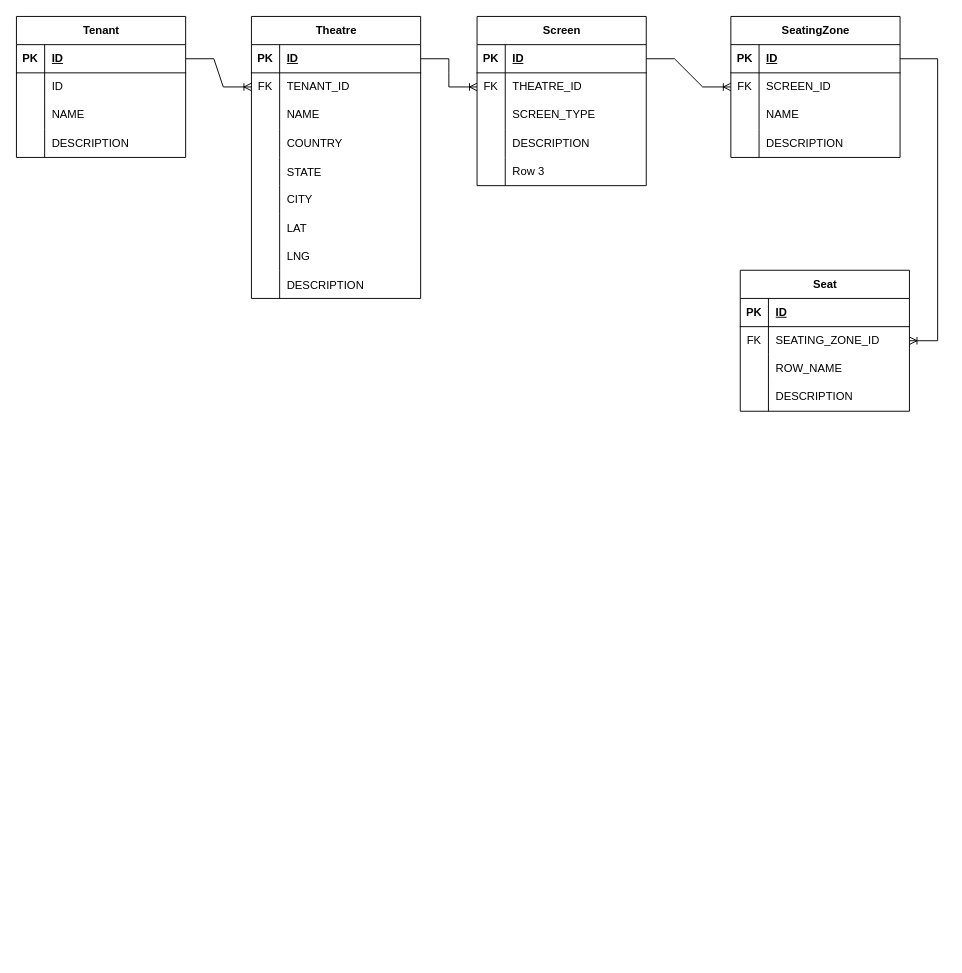
Above: Untitled Diagram.drawio in itzmedinesh/drawings (draw.io), before the change. Source tidied: cells renumbered, new cells numbered last; positions are measured from the earlier drawing's top-left corner, leaving out a move shared by most shapes. Both pictures are drawn from the tidied source at 94%, with x=0, y=0 at pixel (16, 16).
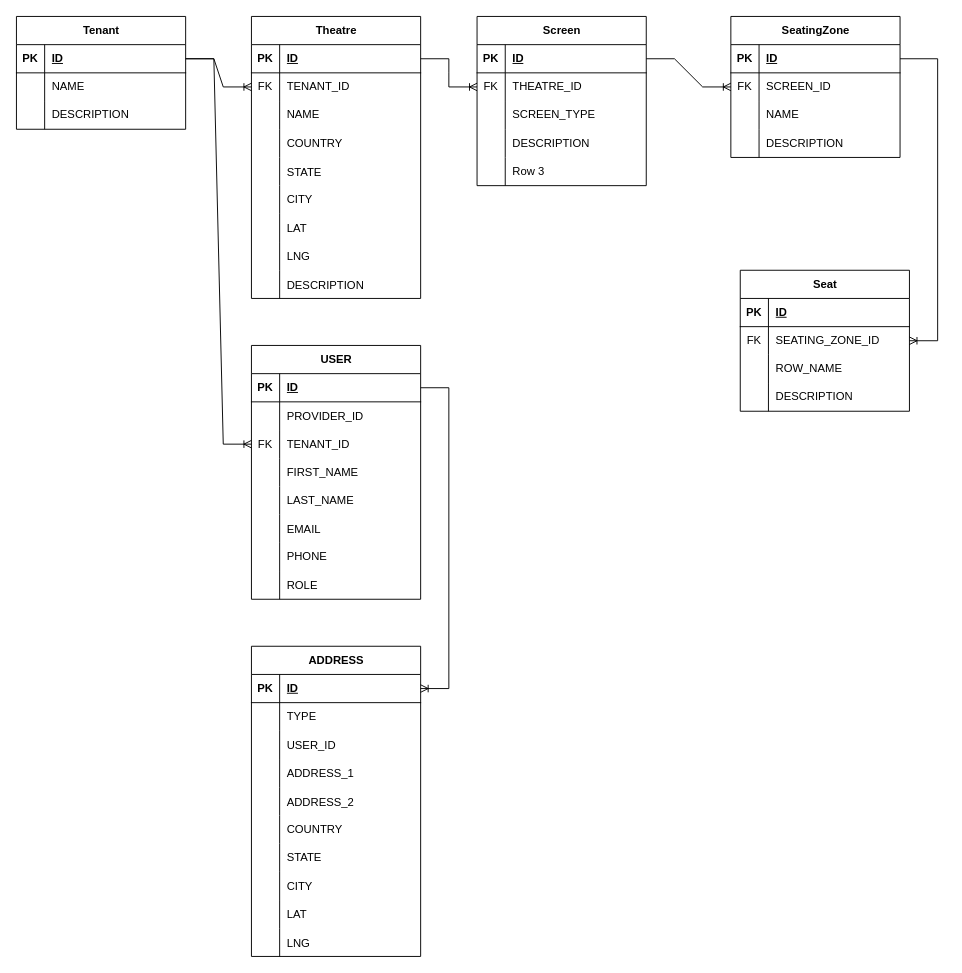
Above is the later version.

Commit message:
Tenant , user and address update

The change refers to these unchanged cells:
```xml
<mxCell id="3" style="shape=tableRow;horizontal=0;startSize=0;swimlaneHead=0;swimlaneBody=0;fillColor=none;points=[[0,0.5],[1,0.5]];portConstraint=eastwest;top=0;left=0;right=0;bottom=1;" parent="2" vertex="1">
  <mxGeometry y="30" width="180" height="30" as="geometry" />
</mxCell>
```

What changed in the source:
```diff
@@
     <mxCell id="2" value="Tenant" style="shape=table;startSize=30;childLayout=tableLayout;rowLines=0;fontStyle=1;align=center;html=1;" parent="1" vertex="1">
-      <mxGeometry width="180" height="150" as="geometry" />
+      <mxGeometry width="180" height="120" as="geometry" />
     </mxCell>
@@
-    <mxCell id="6" style="shape=tableRow;horizontal=0;startSize=0;swimlaneHead=0;swimlaneBody=0;fillColor=none;top=0;left=0;right=0;bottom=0;" parent="2" vertex="1">
-      <mxGeometry y="60" width="180" height="30" as="geometry" />
-    </mxCell>
-    <mxCell id="7" style="shape=partialRectangle;fillColor=none;top=0;left=0;bottom=0;right=0;overflow=hidden;whiteSpace=wrap;html=1;" parent="6" vertex="1">
-      <mxGeometry width="30" height="30" as="geometry" />
-    </mxCell>
-    <mxCell id="8" value="ID" style="shape=partialRectangle;fillColor=none;top=0;left=0;bottom=0;right=0;align=left;spacingLeft=6;overflow=hidden;whiteSpace=wrap;html=1;" parent="6" vertex="1">
-      <mxGeometry x="30" width="150" height="30" as="geometry" />
-    </mxCell>
     <mxCell id="9" style="shape=tableRow;horizontal=0;startSize=0;swimlaneHead=0;swimlaneBody=0;fillColor=none;top=0;left=0;right=0;bottom=0;" parent="2" vertex="1">
-      <mxGeometry y="90" width="180" height="30" as="geometry" />
+      <mxGeometry y="60" width="180" height="30" as="geometry" />
     </mxCell>
@@
     <mxCell id="12" style="shape=tableRow;horizontal=0;startSize=0;swimlaneHead=0;swimlaneBody=0;fillColor=none;top=0;left=0;right=0;bottom=0;" parent="2" vertex="1">
-      <mxGeometry y="120" width="180" height="30" as="geometry" />
+      <mxGeometry y="90" width="180" height="30" as="geometry" />
     </mxCell>
@@
+    <mxCell id="89" value="USER" style="shape=table;startSize=30;childLayout=tableLayout;rowLines=0;fontStyle=1;align=center;html=1;" parent="1" vertex="1">
+      <mxGeometry x="250" y="350" width="180" height="270" as="geometry" />
+    </mxCell>
+    <mxCell id="90" style="shape=tableRow;horizontal=0;startSize=0;swimlaneHead=0;swimlaneBody=0;fillColor=none;points=[[0,0.5],[1,0.5]];portConstraint=eastwest;top=0;left=0;right=0;bottom=1;" parent="89" vertex="1">
+      <mxGeometry y="30" width="180" height="30" as="geometry" />
+    </mxCell>
+    <mxCell id="91" value="PK" style="shape=partialRectangle;fillColor=none;top=0;left=0;bottom=0;right=0;fontStyle=1;overflow=hidden;whiteSpace=wrap;html=1;" parent="90" vertex="1">
+      <mxGeometry width="30" height="30" as="geometry" />
+    </mxCell>
+    <mxCell id="92" value="ID" style="shape=partialRectangle;fillColor=none;top=0;left=0;bottom=0;right=0;align=left;spacingLeft=6;fontStyle=5;overflow=hidden;whiteSpace=wrap;html=1;" parent="90" vertex="1">
+      <mxGeometry x="30" width="150" height="30" as="geometry" />
+    </mxCell>
+    <mxCell id="93" style="shape=tableRow;horizontal=0;startSize=0;swimlaneHead=0;swimlaneBody=0;fillColor=none;top=0;left=0;right=0;bottom=0;" parent="89" vertex="1">
+      <mxGeometry y="60" width="180" height="30" as="geometry" />
+    </mxCell>
+    <mxCell id="94" style="shape=partialRectangle;fillColor=none;top=0;left=0;bottom=0;right=0;overflow=hidden;" parent="93" vertex="1">
+      <mxGeometry width="30" height="30" as="geometry" />
+    </mxCell>
+    <mxCell id="95" value="PROVIDER_ID" style="shape=partialRectangle;fillColor=none;top=0;left=0;bottom=0;right=0;align=left;spacingLeft=6;overflow=hidden;" parent="93" vertex="1">
+      <mxGeometry x="30" width="150" height="30" as="geometry" />
+    </mxCell>
+    <mxCell id="96" style="shape=tableRow;horizontal=0;startSize=0;swimlaneHead=0;swimlaneBody=0;fillColor=none;points=[[0,0.5],[1,0.5]];portConstraint=eastwest;top=0;left=0;right=0;bottom=0;" parent="89" vertex="1">
+      <mxGeometry y="90" width="180" height="30" as="geometry" />
+    </mxCell>
+    <mxCell id="97" value="FK" style="shape=partialRectangle;fillColor=none;top=0;left=0;bottom=0;right=0;overflow=hidden;" parent="96" vertex="1">
+      <mxGeometry width="30" height="30" as="geometry" />
+    </mxCell>
+    <mxCell id="98" value="TENANT_ID" style="shape=partialRectangle;fillColor=none;top=0;left=0;bottom=0;right=0;align=left;spacingLeft=6;overflow=hidden;" parent="96" vertex="1">
+      <mxGeometry x="30" width="150" height="30" as="geometry" />
+    </mxCell>
+    <mxCell id="99" style="shape=tableRow;horizontal=0;startSize=0;swimlaneHead=0;swimlaneBody=0;fillColor=none;top=0;left=0;right=0;bottom=0;" parent="89" vertex="1">
+      <mxGeometry y="120" width="180" height="30" as="geometry" />
+    </mxCell>
+    <mxCell id="100" style="shape=partialRectangle;fillColor=none;top=0;left=0;bottom=0;right=0;overflow=hidden;whiteSpace=wrap;html=1;" parent="99" vertex="1">
+      <mxGeometry width="30" height="30" as="geometry" />
+    </mxCell>
+    <mxCell id="101" value="FIRST_NAME" style="shape=partialRectangle;fillColor=none;top=0;left=0;bottom=0;right=0;align=left;spacingLeft=6;overflow=hidden;whiteSpace=wrap;html=1;" parent="99" vertex="1">
+      <mxGeometry x="30" width="150" height="30" as="geometry" />
+    </mxCell>
+    <mxCell id="102" style="shape=tableRow;horizontal=0;startSize=0;swimlaneHead=0;swimlaneBody=0;fillColor=none;top=0;left=0;right=0;bottom=0;" parent="89" vertex="1">
+      <mxGeometry y="150" width="180" height="30" as="geometry" />
+    </mxCell>
+    <mxCell id="103" style="shape=partialRectangle;fillColor=none;top=0;left=0;bottom=0;right=0;overflow=hidden;whiteSpace=wrap;html=1;" parent="102" vertex="1">
+      <mxGeometry width="30" height="30" as="geometry" />
+    </mxCell>
+    <mxCell id="104" value="LAST_NAME" style="shape=partialRectangle;fillColor=none;top=0;left=0;bottom=0;right=0;align=left;spacingLeft=6;overflow=hidden;whiteSpace=wrap;html=1;" parent="102" vertex="1">
+      <mxGeometry x="30" width="150" height="30" as="geometry" />
+    </mxCell>
+    <mxCell id="105" style="shape=tableRow;horizontal=0;startSize=0;swimlaneHead=0;swimlaneBody=0;fillColor=none;top=0;left=0;right=0;bottom=0;" parent="89" vertex="1">
+      <mxGeometry y="180" width="180" height="30" as="geometry" />
+    </mxCell>
+    <mxCell id="106" style="shape=partialRectangle;fillColor=none;top=0;left=0;bottom=0;right=0;overflow=hidden;" parent="105" vertex="1">
+      <mxGeometry width="30" height="30" as="geometry" />
+    </mxCell>
+    <mxCell id="107" value="EMAIL" style="shape=partialRectangle;fillColor=none;top=0;left=0;bottom=0;right=0;align=left;spacingLeft=6;overflow=hidden;" parent="105" vertex="1">
+      <mxGeometry x="30" width="150" height="30" as="geometry" />
+    </mxCell>
+    <mxCell id="108" style="shape=tableRow;horizontal=0;startSize=0;swimlaneHead=0;swimlaneBody=0;fillColor=none;top=0;left=0;right=0;bottom=0;" parent="89" vertex="1">
+      <mxGeometry y="210" width="180" height="30" as="geometry" />
+    </mxCell>
+    <mxCell id="109" style="shape=partialRectangle;fillColor=none;top=0;left=0;bottom=0;right=0;overflow=hidden;whiteSpace=wrap;html=1;" parent="108" vertex="1">
+      <mxGeometry width="30" height="30" as="geometry" />
+    </mxCell>
+    <mxCell id="110" value="PHONE" style="shape=partialRectangle;fillColor=none;top=0;left=0;bottom=0;right=0;align=left;spacingLeft=6;overflow=hidden;whiteSpace=wrap;html=1;" parent="108" vertex="1">
+      <mxGeometry x="30" width="150" height="30" as="geometry" />
+    </mxCell>
+    <mxCell id="111" style="shape=tableRow;horizontal=0;startSize=0;swimlaneHead=0;swimlaneBody=0;fillColor=none;top=0;left=0;right=0;bottom=0;" parent="89" vertex="1">
+      <mxGeometry y="240" width="180" height="30" as="geometry" />
+    </mxCell>
+    <mxCell id="112" style="shape=partialRectangle;fillColor=none;top=0;left=0;bottom=0;right=0;overflow=hidden;" parent="111" vertex="1">
+      <mxGeometry width="30" height="30" as="geometry" />
+    </mxCell>
+    <mxCell id="113" value="ROLE" style="shape=partialRectangle;fillColor=none;top=0;left=0;bottom=0;right=0;align=left;spacingLeft=6;overflow=hidden;" parent="111" vertex="1">
+      <mxGeometry x="30" width="150" height="30" as="geometry" />
+    </mxCell>
+    <mxCell id="114" style="edgeStyle=entityRelationEdgeStyle;fontSize=12;html=1;endArrow=ERoneToMany;rounded=0;exitX=1;exitY=0.5;exitDx=0;exitDy=0;entryX=0;entryY=0.5;entryDx=0;entryDy=0;" parent="1" edge="1" source="3" target="96">
+      <mxGeometry relative="1" as="geometry">
+        <Array as="points">
+          <mxPoint x="-40" y="120" />
+          <mxPoint x="-30" y="270" />
+          <mxPoint x="-90" y="270" />
+          <mxPoint x="-90" y="350" />
+          <mxPoint x="-80" y="240" />
+          <mxPoint x="-50" y="380" />
+        </Array>
+      </mxGeometry>
+    </mxCell>
+    <mxCell id="115" value="ADDRESS" style="shape=table;startSize=30;childLayout=tableLayout;rowLines=0;fontStyle=1;align=center;html=1;" parent="1" vertex="1">
+      <mxGeometry x="250" y="670" width="180" height="330" as="geometry" />
+    </mxCell>
+    <mxCell id="116" style="shape=tableRow;horizontal=0;startSize=0;swimlaneHead=0;swimlaneBody=0;fillColor=none;points=[[0,0.5],[1,0.5]];portConstraint=eastwest;top=0;left=0;right=0;bottom=1;" parent="115" vertex="1">
+      <mxGeometry y="30" width="180" height="30" as="geometry" />
+    </mxCell>
+    <mxCell id="117" value="PK" style="shape=partialRectangle;fillColor=none;top=0;left=0;bottom=0;right=0;fontStyle=1;overflow=hidden;whiteSpace=wrap;html=1;" parent="116" vertex="1">
+      <mxGeometry width="30" height="30" as="geometry" />
+    </mxCell>
+    <mxCell id="118" value="ID" style="shape=partialRectangle;fillColor=none;top=0;left=0;bottom=0;right=0;align=left;spacingLeft=6;fontStyle=5;overflow=hidden;whiteSpace=wrap;html=1;" parent="116" vertex="1">
+      <mxGeometry x="30" width="150" height="30" as="geometry" />
+    </mxCell>
+    <mxCell id="119" style="shape=tableRow;horizontal=0;startSize=0;swimlaneHead=0;swimlaneBody=0;fillColor=none;top=0;left=0;right=0;bottom=0;" parent="115" vertex="1">
+      <mxGeometry y="60" width="180" height="30" as="geometry" />
+    </mxCell>
+    <mxCell id="120" style="shape=partialRectangle;fillColor=none;top=0;left=0;bottom=0;right=0;overflow=hidden;whiteSpace=wrap;html=1;" parent="119" vertex="1">
+      <mxGeometry width="30" height="30" as="geometry" />
+    </mxCell>
+    <mxCell id="121" value="TYPE" style="shape=partialRectangle;fillColor=none;top=0;left=0;bottom=0;right=0;align=left;spacingLeft=6;overflow=hidden;whiteSpace=wrap;html=1;" parent="119" vertex="1">
+      <mxGeometry x="30" width="150" height="30" as="geometry" />
+    </mxCell>
+    <mxCell id="122" style="shape=tableRow;horizontal=0;startSize=0;swimlaneHead=0;swimlaneBody=0;fillColor=none;top=0;left=0;right=0;bottom=0;" parent="115" vertex="1">
+      <mxGeometry y="90" width="180" height="30" as="geometry" />
+    </mxCell>
+    <mxCell id="123" style="shape=partialRectangle;fillColor=none;top=0;left=0;bottom=0;right=0;overflow=hidden;" parent="122" vertex="1">
+      <mxGeometry width="30" height="30" as="geometry" />
+    </mxCell>
+    <mxCell id="124" value="USER_ID" style="shape=partialRectangle;fillColor=none;top=0;left=0;bottom=0;right=0;align=left;spacingLeft=6;overflow=hidden;" parent="122" vertex="1">
+      <mxGeometry x="30" width="150" height="30" as="geometry" />
+    </mxCell>
+    <mxCell id="125" style="shape=tableRow;horizontal=0;startSize=0;swimlaneHead=0;swimlaneBody=0;fillColor=none;top=0;left=0;right=0;bottom=0;" parent="115" vertex="1">
+      <mxGeometry y="120" width="180" height="30" as="geometry" />
+    </mxCell>
+    <mxCell id="126" style="shape=partialRectangle;fillColor=none;top=0;left=0;bottom=0;right=0;overflow=hidden;" parent="125" vertex="1">
+      <mxGeometry width="30" height="30" as="geometry" />
+    </mxCell>
+    <mxCell id="127" value="ADDRESS_1" style="shape=partialRectangle;fillColor=none;top=0;left=0;bottom=0;right=0;align=left;spacingLeft=6;overflow=hidden;" parent="125" vertex="1">
+      <mxGeometry x="30" width="150" height="30" as="geometry" />
+    </mxCell>
+    <mxCell id="128" style="shape=tableRow;horizontal=0;startSize=0;swimlaneHead=0;swimlaneBody=0;fillColor=none;top=0;left=0;right=0;bottom=0;" parent="115" vertex="1">
+      <mxGeometry y="150" width="180" height="30" as="geometry" />
+    </mxCell>
+    <mxCell id="129" style="shape=partialRectangle;fillColor=none;top=0;left=0;bottom=0;right=0;overflow=hidden;" parent="128" vertex="1">
+      <mxGeometry width="30" height="30" as="geometry" />
+    </mxCell>
+    <mxCell id="130" value="ADDRESS_2" style="shape=partialRectangle;fillColor=none;top=0;left=0;bottom=0;right=0;align=left;spacingLeft=6;overflow=hidden;" parent="128" vertex="1">
+      <mxGeometry x="30" width="150" height="30" as="geometry" />
+    </mxCell>
+    <mxCell id="131" style="shape=tableRow;horizontal=0;startSize=0;swimlaneHead=0;swimlaneBody=0;fillColor=none;top=0;left=0;right=0;bottom=0;" parent="115" vertex="1">
+      <mxGeometry y="180" width="180" height="30" as="geometry" />
+    </mxCell>
+    <mxCell id="132" style="shape=partialRectangle;fillColor=none;top=0;left=0;bottom=0;right=0;overflow=hidden;whiteSpace=wrap;html=1;" parent="131" vertex="1">
+      <mxGeometry width="30" height="30" as="geometry" />
+    </mxCell>
+    <mxCell id="133" value="COUNTRY" style="shape=partialRectangle;fillColor=none;top=0;left=0;bottom=0;right=0;align=left;spacingLeft=6;overflow=hidden;whiteSpace=wrap;html=1;" parent="131" vertex="1">
+      <mxGeometry x="30" width="150" height="30" as="geometry" />
+    </mxCell>
+    <mxCell id="134" style="shape=tableRow;horizontal=0;startSize=0;swimlaneHead=0;swimlaneBody=0;fillColor=none;top=0;left=0;right=0;bottom=0;" parent="115" vertex="1">
+      <mxGeometry y="210" width="180" height="30" as="geometry" />
+    </mxCell>
+    <mxCell id="135" style="shape=partialRectangle;fillColor=none;top=0;left=0;bottom=0;right=0;overflow=hidden;whiteSpace=wrap;html=1;" parent="134" vertex="1">
+      <mxGeometry width="30" height="30" as="geometry" />
+    </mxCell>
+    <mxCell id="136" value="STATE" style="shape=partialRectangle;fillColor=none;top=0;left=0;bottom=0;right=0;align=left;spacingLeft=6;overflow=hidden;whiteSpace=wrap;html=1;" parent="134" vertex="1">
+      <mxGeometry x="30" width="150" height="30" as="geometry" />
+    </mxCell>
+    <mxCell id="137" style="shape=tableRow;horizontal=0;startSize=0;swimlaneHead=0;swimlaneBody=0;fillColor=none;top=0;left=0;right=0;bottom=0;" parent="115" vertex="1">
+      <mxGeometry y="240" width="180" height="30" as="geometry" />
+    </mxCell>
+    <mxCell id="138" style="shape=partialRectangle;fillColor=none;top=0;left=0;bottom=0;right=0;overflow=hidden;" parent="137" vertex="1">
+      <mxGeometry width="30" height="30" as="geometry" />
+    </mxCell>
+    <mxCell id="139" value="CITY" style="shape=partialRectangle;fillColor=none;top=0;left=0;bottom=0;right=0;align=left;spacingLeft=6;overflow=hidden;" parent="137" vertex="1">
+      <mxGeometry x="30" width="150" height="30" as="geometry" />
+    </mxCell>
+    <mxCell id="140" style="shape=tableRow;horizontal=0;startSize=0;swimlaneHead=0;swimlaneBody=0;fillColor=none;top=0;left=0;right=0;bottom=0;" parent="115" vertex="1">
+      <mxGeometry y="270" width="180" height="30" as="geometry" />
+    </mxCell>
+    <mxCell id="141" style="shape=partialRectangle;fillColor=none;top=0;left=0;bottom=0;right=0;overflow=hidden;" parent="140" vertex="1">
+      <mxGeometry width="30" height="30" as="geometry" />
+    </mxCell>
+    <mxCell id="142" value="LAT" style="shape=partialRectangle;fillColor=none;top=0;left=0;bottom=0;right=0;align=left;spacingLeft=6;overflow=hidden;" parent="140" vertex="1">
+      <mxGeometry x="30" width="150" height="30" as="geometry" />
+    </mxCell>
+    <mxCell id="143" style="shape=tableRow;horizontal=0;startSize=0;swimlaneHead=0;swimlaneBody=0;fillColor=none;top=0;left=0;right=0;bottom=0;" parent="115" vertex="1">
+      <mxGeometry y="300" width="180" height="30" as="geometry" />
+    </mxCell>
+    <mxCell id="144" style="shape=partialRectangle;fillColor=none;top=0;left=0;bottom=0;right=0;overflow=hidden;" parent="143" vertex="1">
+      <mxGeometry width="30" height="30" as="geometry" />
+    </mxCell>
+    <mxCell id="145" value="LNG" style="shape=partialRectangle;fillColor=none;top=0;left=0;bottom=0;right=0;align=left;spacingLeft=6;overflow=hidden;" parent="143" vertex="1">
+      <mxGeometry x="30" width="150" height="30" as="geometry" />
+    </mxCell>
+    <mxCell id="146" style="edgeStyle=entityRelationEdgeStyle;fontSize=12;html=1;endArrow=ERoneToMany;rounded=0;exitX=1;exitY=0.5;exitDx=0;exitDy=0;entryX=1;entryY=0.5;entryDx=0;entryDy=0;" parent="1" edge="1" source="90" target="116">
+      <mxGeometry relative="1" as="geometry" />
+    </mxCell>
```
